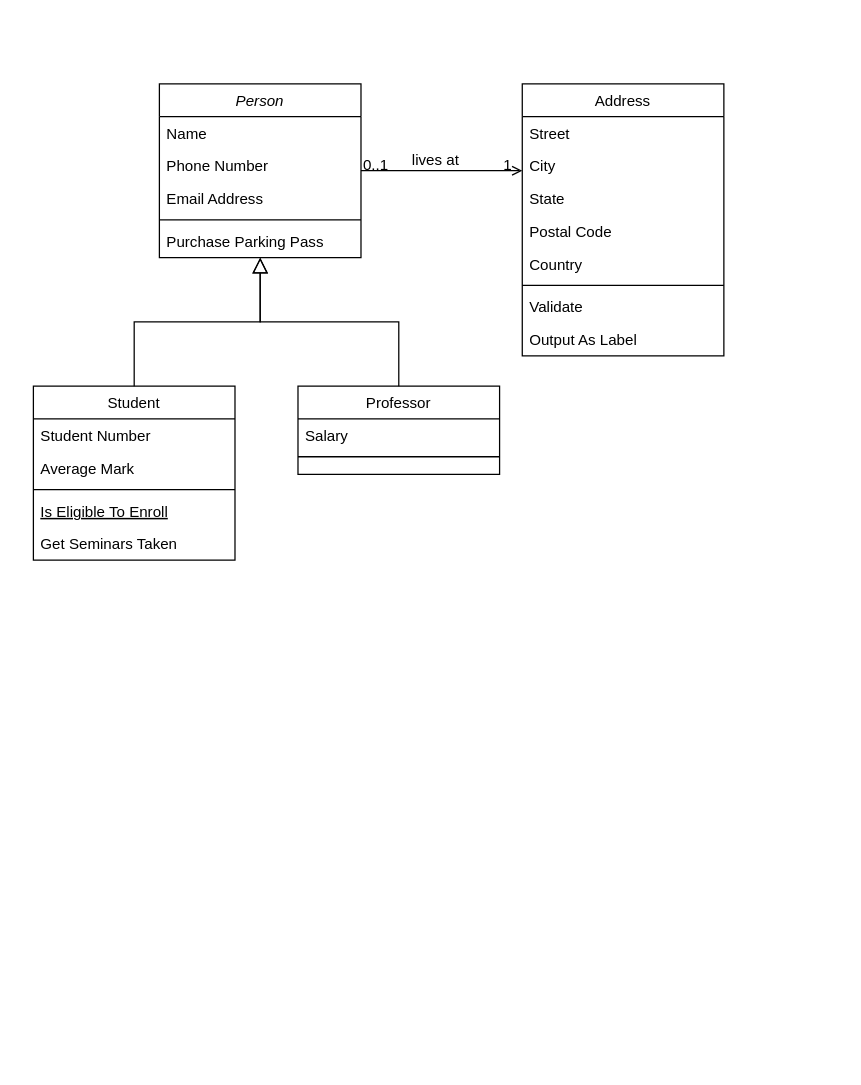
Before: Untitled Diagram.drawio in noorsubhan/final, a draw.io diagram. Source tidied: cells renumbered, new cells numbered last; positions are measured from the earlier drawing's top-left corner, leaving out a move shared by most shapes. Both pictures are drawn from the tidied source at 126%, with x=0, y=0 at pixel (33, 83).
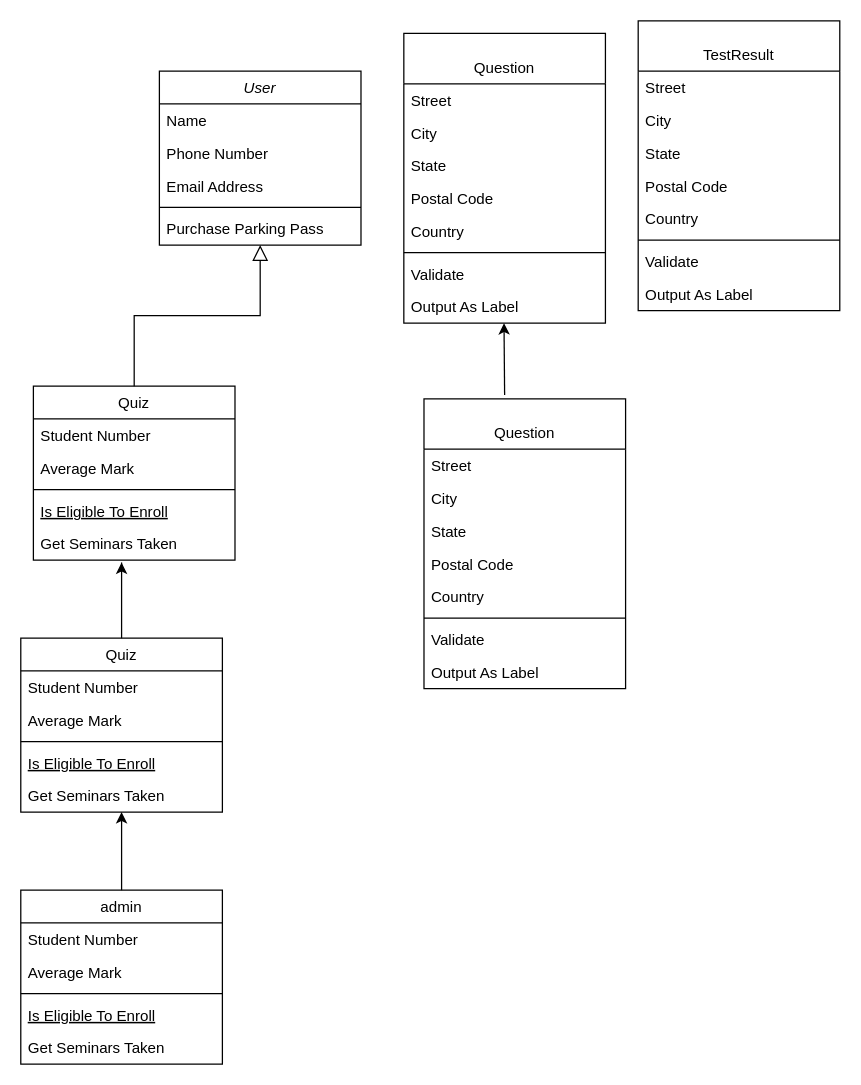
The same page after the edit.

Diff of the diagram source:
```diff
@@
-    <mxCell id="2" value="Person" style="swimlane;fontStyle=2;align=center;verticalAlign=top;horizontal=1;startSize=26;rounded=0;shadow=0;strokeWidth=1;" parent="1" vertex="1">
-      <mxGeometry x="100" width="160" height="138" as="geometry" />
+    <mxCell id="2" value="User" style="swimlane;fontStyle=2;align=center;verticalAlign=top;horizontal=1;startSize=26;rounded=0;shadow=0;strokeWidth=1;" parent="1" vertex="1">
+      <mxGeometry x="100" y="-10" width="160" height="138" as="geometry" />
     </mxCell>
@@
-    <mxCell id="8" value="Student" style="swimlane;fontStyle=0;align=center;verticalAlign=top;horizontal=1;startSize=26;rounded=0;shadow=0;strokeWidth=1;" parent="1" vertex="1">
+    <mxCell id="8" value="Quiz" style="swimlane;fontStyle=0;align=center;verticalAlign=top;horizontal=1;startSize=26;rounded=0;shadow=0;strokeWidth=1;" parent="1" vertex="1">
       <mxGeometry y="240" width="160" height="138" as="geometry" />
     </mxCell>
@@
-    <mxCell id="14" style="endArrow=block;endSize=10;endFill=0;shadow=0;strokeWidth=1;rounded=0;curved=0;edgeStyle=elbowEdgeStyle;elbow=vertical;" parent="1" edge="1" source="8" target="2">
+    <mxCell id="14" style="endArrow=block;endSize=10;endFill=0;shadow=0;strokeWidth=1;rounded=0;curved=0;edgeStyle=elbowEdgeStyle;elbow=vertical;align=left;" parent="1" edge="1" source="8" target="2">
       <mxGeometry relative="1" as="geometry" />
     </mxCell>
-    <mxCell id="15" value="Professor" style="swimlane;fontStyle=0;align=center;verticalAlign=top;horizontal=1;startSize=26;rounded=0;shadow=0;strokeWidth=1;" parent="1" vertex="1">
-      <mxGeometry x="210" y="240" width="160" height="70" as="geometry" />
-    </mxCell>
-    <mxCell id="16" value="Salary" style="text;align=left;verticalAlign=top;spacingLeft=4;spacingRight=4;overflow=hidden;" parent="15" vertex="1">
-      <mxGeometry y="26" width="160" height="26" as="geometry" />
-    </mxCell>
-    <mxCell id="17" style="line;html=1;strokeWidth=1;align=left;verticalAlign=middle;spacingTop=-1;spacingLeft=3;spacingRight=3;labelPosition=right;" parent="15" vertex="1">
-      <mxGeometry y="52" width="160" height="8" as="geometry" />
-    </mxCell>
-    <mxCell id="18" style="endArrow=block;endSize=10;endFill=0;shadow=0;strokeWidth=1;rounded=0;curved=0;edgeStyle=elbowEdgeStyle;elbow=vertical;" parent="1" edge="1" source="15" target="2">
-      <mxGeometry relative="1" as="geometry" />
-    </mxCell>
-    <mxCell id="19" value="Address" style="swimlane;fontStyle=0;align=center;verticalAlign=top;horizontal=1;startSize=26;rounded=0;shadow=0;strokeWidth=1;" parent="1" vertex="1">
-      <mxGeometry x="388" width="160" height="216" as="geometry" />
+    <mxCell id="19" value="&#10; Question &#10;&#10;" style="swimlane;fontStyle=0;align=center;verticalAlign=top;horizontal=1;startSize=40;rounded=0;shadow=0;strokeWidth=1;" parent="1" vertex="1">
+      <mxGeometry x="294" y="-40" width="160" height="230" as="geometry" />
     </mxCell>
     <mxCell id="20" value="Street" style="text;align=left;verticalAlign=top;spacingLeft=4;spacingRight=4;overflow=hidden;" parent="19" vertex="1">
-      <mxGeometry y="26" width="160" height="26" as="geometry" />
+      <mxGeometry y="40" width="160" height="26" as="geometry" />
     </mxCell>
     <mxCell id="21" value="City" style="text;align=left;verticalAlign=top;spacingLeft=4;spacingRight=4;overflow=hidden;rounded=0;shadow=0;html=0;" parent="19" vertex="1">
-      <mxGeometry y="52" width="160" height="26" as="geometry" />
+      <mxGeometry y="66" width="160" height="26" as="geometry" />
     </mxCell>
     <mxCell id="22" value="State" style="text;align=left;verticalAlign=top;spacingLeft=4;spacingRight=4;overflow=hidden;rounded=0;shadow=0;html=0;" parent="19" vertex="1">
-      <mxGeometry y="78" width="160" height="26" as="geometry" />
+      <mxGeometry y="92" width="160" height="26" as="geometry" />
     </mxCell>
     <mxCell id="23" value="Postal Code" style="text;align=left;verticalAlign=top;spacingLeft=4;spacingRight=4;overflow=hidden;rounded=0;shadow=0;html=0;" parent="19" vertex="1">
-      <mxGeometry y="104" width="160" height="26" as="geometry" />
+      <mxGeometry y="118" width="160" height="26" as="geometry" />
     </mxCell>
     <mxCell id="24" value="Country" style="text;align=left;verticalAlign=top;spacingLeft=4;spacingRight=4;overflow=hidden;rounded=0;shadow=0;html=0;" parent="19" vertex="1">
-      <mxGeometry y="130" width="160" height="26" as="geometry" />
+      <mxGeometry y="144" width="160" height="26" as="geometry" />
     </mxCell>
     <mxCell id="25" style="line;html=1;strokeWidth=1;align=left;verticalAlign=middle;spacingTop=-1;spacingLeft=3;spacingRight=3;labelPosition=right;" parent="19" vertex="1">
-      <mxGeometry y="156" width="160" height="8" as="geometry" />
+      <mxGeometry y="170" width="160" height="8" as="geometry" />
     </mxCell>
     <mxCell id="26" value="Validate" style="text;align=left;verticalAlign=top;spacingLeft=4;spacingRight=4;overflow=hidden;" parent="19" vertex="1">
-      <mxGeometry y="164" width="160" height="26" as="geometry" />
+      <mxGeometry y="178" width="160" height="26" as="geometry" />
     </mxCell>
     <mxCell id="27" value="Output As Label" style="text;align=left;verticalAlign=top;spacingLeft=4;spacingRight=4;overflow=hidden;" parent="19" vertex="1">
-      <mxGeometry y="190" width="160" height="26" as="geometry" />
+      <mxGeometry y="204" width="160" height="26" as="geometry" />
     </mxCell>
-    <mxCell id="28" style="endArrow=open;shadow=0;strokeWidth=1;rounded=0;curved=0;endFill=1;edgeStyle=elbowEdgeStyle;elbow=vertical;" parent="1" edge="1" source="2" target="19">
-      <mxGeometry x="0.5" y="41" relative="1" as="geometry">
-        <mxPoint x="-40" y="32" as="offset" />
-      </mxGeometry>
-    </mxCell>
-    <mxCell id="29" value="0..1" style="align=left;verticalAlign=bottom;labelBackgroundColor=none;fontSize=12;" parent="28" vertex="1">
-      <mxGeometry x="-1" relative="1" as="geometry">
-        <mxPoint y="4" as="offset" />
-      </mxGeometry>
-    </mxCell>
-    <mxCell id="30" value="1" style="align=right;verticalAlign=bottom;labelBackgroundColor=none;fontSize=12;" parent="28" vertex="1">
-      <mxGeometry x="1" relative="1" as="geometry">
-        <mxPoint x="-7" y="4" as="offset" />
-      </mxGeometry>
-    </mxCell>
-    <mxCell id="31" value="lives at" style="text;html=1;align=center;verticalAlign=middle;labelBackgroundColor=none;rounded=0;shadow=0;strokeWidth=1;fontSize=12;" parent="28" vertex="1">
-      <mxGeometry x="0.5" y="49" relative="1" as="geometry">
-        <mxPoint x="-38" y="40" as="offset" />
-      </mxGeometry>
-    </mxCell>
+    <mxCell id="32" value="&#10;TestResult &#10;&#10;" style="swimlane;fontStyle=0;align=center;verticalAlign=top;horizontal=1;startSize=40;rounded=0;shadow=0;strokeWidth=1;" parent="1" vertex="1">
+      <mxGeometry x="480" y="-50" width="160" height="230" as="geometry" />
+    </mxCell>
+    <mxCell id="33" value="Street" style="text;align=left;verticalAlign=top;spacingLeft=4;spacingRight=4;overflow=hidden;" parent="32" vertex="1">
+      <mxGeometry y="40" width="160" height="26" as="geometry" />
+    </mxCell>
+    <mxCell id="34" value="City" style="text;align=left;verticalAlign=top;spacingLeft=4;spacingRight=4;overflow=hidden;rounded=0;shadow=0;html=0;" parent="32" vertex="1">
+      <mxGeometry y="66" width="160" height="26" as="geometry" />
+    </mxCell>
+    <mxCell id="35" value="State" style="text;align=left;verticalAlign=top;spacingLeft=4;spacingRight=4;overflow=hidden;rounded=0;shadow=0;html=0;" parent="32" vertex="1">
+      <mxGeometry y="92" width="160" height="26" as="geometry" />
+    </mxCell>
+    <mxCell id="36" value="Postal Code" style="text;align=left;verticalAlign=top;spacingLeft=4;spacingRight=4;overflow=hidden;rounded=0;shadow=0;html=0;" parent="32" vertex="1">
+      <mxGeometry y="118" width="160" height="26" as="geometry" />
+    </mxCell>
+    <mxCell id="37" value="Country" style="text;align=left;verticalAlign=top;spacingLeft=4;spacingRight=4;overflow=hidden;rounded=0;shadow=0;html=0;" parent="32" vertex="1">
+      <mxGeometry y="144" width="160" height="26" as="geometry" />
+    </mxCell>
+    <mxCell id="38" style="line;html=1;strokeWidth=1;align=left;verticalAlign=middle;spacingTop=-1;spacingLeft=3;spacingRight=3;labelPosition=right;" parent="32" vertex="1">
+      <mxGeometry y="170" width="160" height="8" as="geometry" />
+    </mxCell>
+    <mxCell id="39" value="Validate" style="text;align=left;verticalAlign=top;spacingLeft=4;spacingRight=4;overflow=hidden;" parent="32" vertex="1">
+      <mxGeometry y="178" width="160" height="26" as="geometry" />
+    </mxCell>
+    <mxCell id="40" value="Output As Label" style="text;align=left;verticalAlign=top;spacingLeft=4;spacingRight=4;overflow=hidden;" parent="32" vertex="1">
+      <mxGeometry y="204" width="160" height="26" as="geometry" />
+    </mxCell>
+    <mxCell id="41" value="&#10; Question &#10;&#10;" style="swimlane;fontStyle=0;align=center;verticalAlign=top;horizontal=1;startSize=40;rounded=0;shadow=0;strokeWidth=1;" parent="1" vertex="1">
+      <mxGeometry x="310" y="250" width="160" height="230" as="geometry" />
+    </mxCell>
+    <mxCell id="42" value="Street" style="text;align=left;verticalAlign=top;spacingLeft=4;spacingRight=4;overflow=hidden;" parent="41" vertex="1">
+      <mxGeometry y="40" width="160" height="26" as="geometry" />
+    </mxCell>
+    <mxCell id="43" value="City" style="text;align=left;verticalAlign=top;spacingLeft=4;spacingRight=4;overflow=hidden;rounded=0;shadow=0;html=0;" parent="41" vertex="1">
+      <mxGeometry y="66" width="160" height="26" as="geometry" />
+    </mxCell>
+    <mxCell id="44" value="State" style="text;align=left;verticalAlign=top;spacingLeft=4;spacingRight=4;overflow=hidden;rounded=0;shadow=0;html=0;" parent="41" vertex="1">
+      <mxGeometry y="92" width="160" height="26" as="geometry" />
+    </mxCell>
+    <mxCell id="45" value="Postal Code" style="text;align=left;verticalAlign=top;spacingLeft=4;spacingRight=4;overflow=hidden;rounded=0;shadow=0;html=0;" parent="41" vertex="1">
+      <mxGeometry y="118" width="160" height="26" as="geometry" />
+    </mxCell>
+    <mxCell id="46" value="Country" style="text;align=left;verticalAlign=top;spacingLeft=4;spacingRight=4;overflow=hidden;rounded=0;shadow=0;html=0;" parent="41" vertex="1">
+      <mxGeometry y="144" width="160" height="26" as="geometry" />
+    </mxCell>
+    <mxCell id="47" style="line;html=1;strokeWidth=1;align=left;verticalAlign=middle;spacingTop=-1;spacingLeft=3;spacingRight=3;labelPosition=right;" parent="41" vertex="1">
+      <mxGeometry y="170" width="160" height="8" as="geometry" />
+    </mxCell>
+    <mxCell id="48" value="Validate" style="text;align=left;verticalAlign=top;spacingLeft=4;spacingRight=4;overflow=hidden;" parent="41" vertex="1">
+      <mxGeometry y="178" width="160" height="26" as="geometry" />
+    </mxCell>
+    <mxCell id="49" value="Output As Label" style="text;align=left;verticalAlign=top;spacingLeft=4;spacingRight=4;overflow=hidden;" parent="41" vertex="1">
+      <mxGeometry y="204" width="160" height="26" as="geometry" />
+    </mxCell>
+    <mxCell id="50" style="endArrow=classic;html=1;rounded=0;exitX=0.4;exitY=-0.013;exitDx=0;exitDy=0;exitPerimeter=0;" parent="1" edge="1" source="41">
+      <mxGeometry relative="1" as="geometry">
+        <mxPoint x="373.5" y="190" as="targetPoint" />
+        <Array as="points">
+          <mxPoint x="373.5" y="190" />
+        </Array>
+      </mxGeometry>
+    </mxCell>
+    <mxCell id="51" value="Quiz" style="swimlane;fontStyle=0;align=center;verticalAlign=top;horizontal=1;startSize=26;rounded=0;shadow=0;strokeWidth=1;" parent="1" vertex="1">
+      <mxGeometry x="-10" y="440" width="160" height="138" as="geometry" />
+    </mxCell>
+    <mxCell id="52" value="Student Number" style="text;align=left;verticalAlign=top;spacingLeft=4;spacingRight=4;overflow=hidden;" parent="51" vertex="1">
+      <mxGeometry y="26" width="160" height="26" as="geometry" />
+    </mxCell>
+    <mxCell id="53" value="Average Mark" style="text;align=left;verticalAlign=top;spacingLeft=4;spacingRight=4;overflow=hidden;rounded=0;shadow=0;html=0;" parent="51" vertex="1">
+      <mxGeometry y="52" width="160" height="26" as="geometry" />
+    </mxCell>
+    <mxCell id="54" style="line;html=1;strokeWidth=1;align=left;verticalAlign=middle;spacingTop=-1;spacingLeft=3;spacingRight=3;labelPosition=right;" parent="51" vertex="1">
+      <mxGeometry y="78" width="160" height="8" as="geometry" />
+    </mxCell>
+    <mxCell id="55" value="Is Eligible To Enroll" style="text;align=left;verticalAlign=top;spacingLeft=4;spacingRight=4;overflow=hidden;fontStyle=4;" parent="51" vertex="1">
+      <mxGeometry y="86" width="160" height="26" as="geometry" />
+    </mxCell>
+    <mxCell id="56" value="Get Seminars Taken" style="text;align=left;verticalAlign=top;spacingLeft=4;spacingRight=4;overflow=hidden;points=[[0,0.5],[1,0.5]];portConstraint=eastwest;" parent="51" vertex="1">
+      <mxGeometry y="112" width="160" height="26" as="geometry" />
+    </mxCell>
+    <mxCell id="57" style="endArrow=classic;html=1;rounded=0;" parent="1" edge="1">
+      <mxGeometry relative="1" as="geometry">
+        <mxPoint x="70" y="440" as="sourcePoint" />
+        <mxPoint x="70" y="380" as="targetPoint" />
+        <Array as="points">
+          <mxPoint x="70" y="380" />
+          <mxPoint x="70" y="390" />
+        </Array>
+      </mxGeometry>
+    </mxCell>
+    <mxCell id="58" value="admin" style="swimlane;fontStyle=0;align=center;verticalAlign=top;horizontal=1;startSize=26;rounded=0;shadow=0;strokeWidth=1;" parent="1" vertex="1">
+      <mxGeometry x="-10" y="640" width="160" height="138" as="geometry" />
+    </mxCell>
+    <mxCell id="59" value="Student Number" style="text;align=left;verticalAlign=top;spacingLeft=4;spacingRight=4;overflow=hidden;" parent="58" vertex="1">
+      <mxGeometry y="26" width="160" height="26" as="geometry" />
+    </mxCell>
+    <mxCell id="60" value="Average Mark" style="text;align=left;verticalAlign=top;spacingLeft=4;spacingRight=4;overflow=hidden;rounded=0;shadow=0;html=0;" parent="58" vertex="1">
+      <mxGeometry y="52" width="160" height="26" as="geometry" />
+    </mxCell>
+    <mxCell id="61" style="line;html=1;strokeWidth=1;align=left;verticalAlign=middle;spacingTop=-1;spacingLeft=3;spacingRight=3;labelPosition=right;" parent="58" vertex="1">
+      <mxGeometry y="78" width="160" height="8" as="geometry" />
+    </mxCell>
+    <mxCell id="62" value="Is Eligible To Enroll" style="text;align=left;verticalAlign=top;spacingLeft=4;spacingRight=4;overflow=hidden;fontStyle=4;" parent="58" vertex="1">
+      <mxGeometry y="86" width="160" height="26" as="geometry" />
+    </mxCell>
+    <mxCell id="63" value="Get Seminars Taken" style="text;align=left;verticalAlign=top;spacingLeft=4;spacingRight=4;overflow=hidden;" parent="58" vertex="1">
+      <mxGeometry y="112" width="160" height="26" as="geometry" />
+    </mxCell>
+    <mxCell id="64" style="endArrow=classic;html=1;rounded=0;entryX=0.5;entryY=1;entryDx=0;entryDy=0;entryPerimeter=0;" parent="1" edge="1" target="56">
+      <mxGeometry relative="1" as="geometry">
+        <mxPoint x="70" y="640" as="sourcePoint" />
+        <Array as="points">
+          <mxPoint x="70" y="640" />
+        </Array>
+      </mxGeometry>
+    </mxCell>
```
